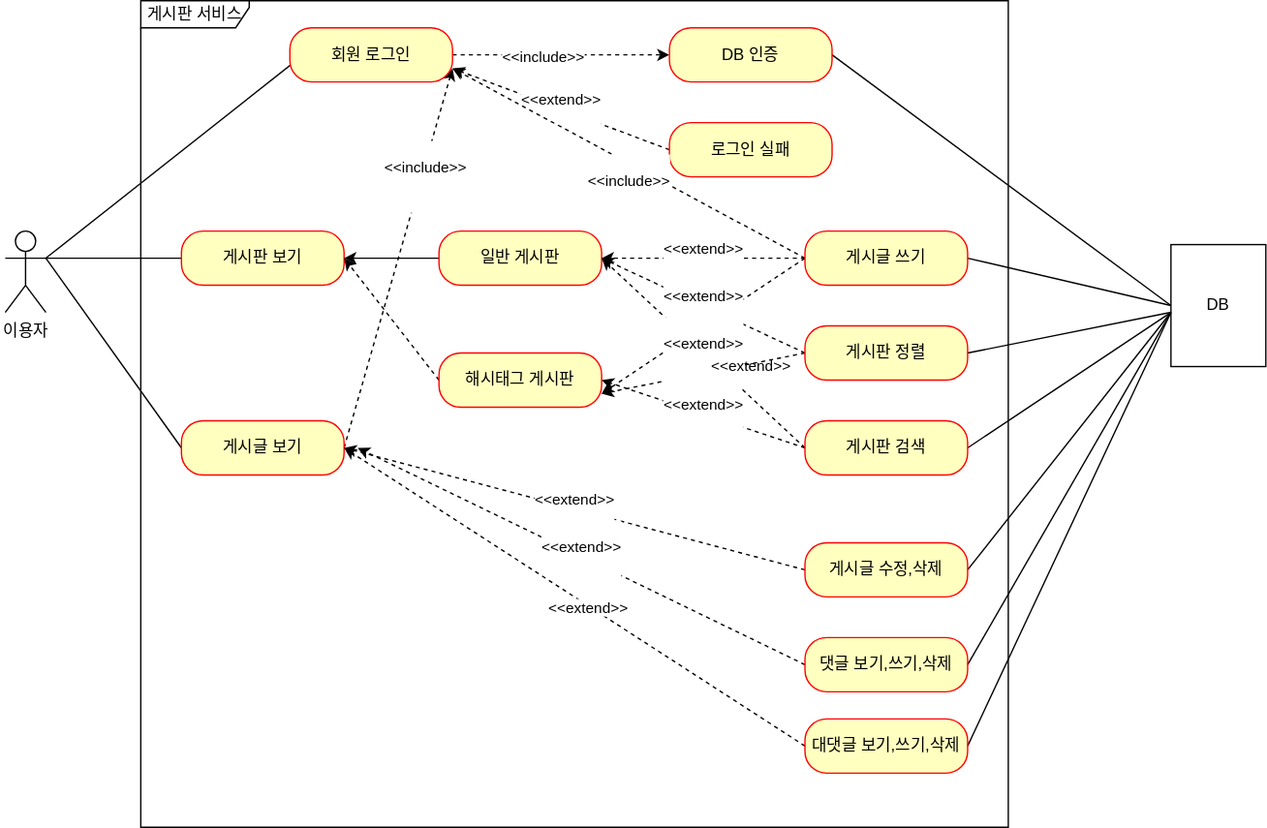
Earlier version of the draw.io export document/use-case.svg (minah9999/fastcampus-project-board). Source tidied: cells renumbered, new cells last; positions are measured from the earlier drawing's top-left corner, leaving out a move shared by most shapes.
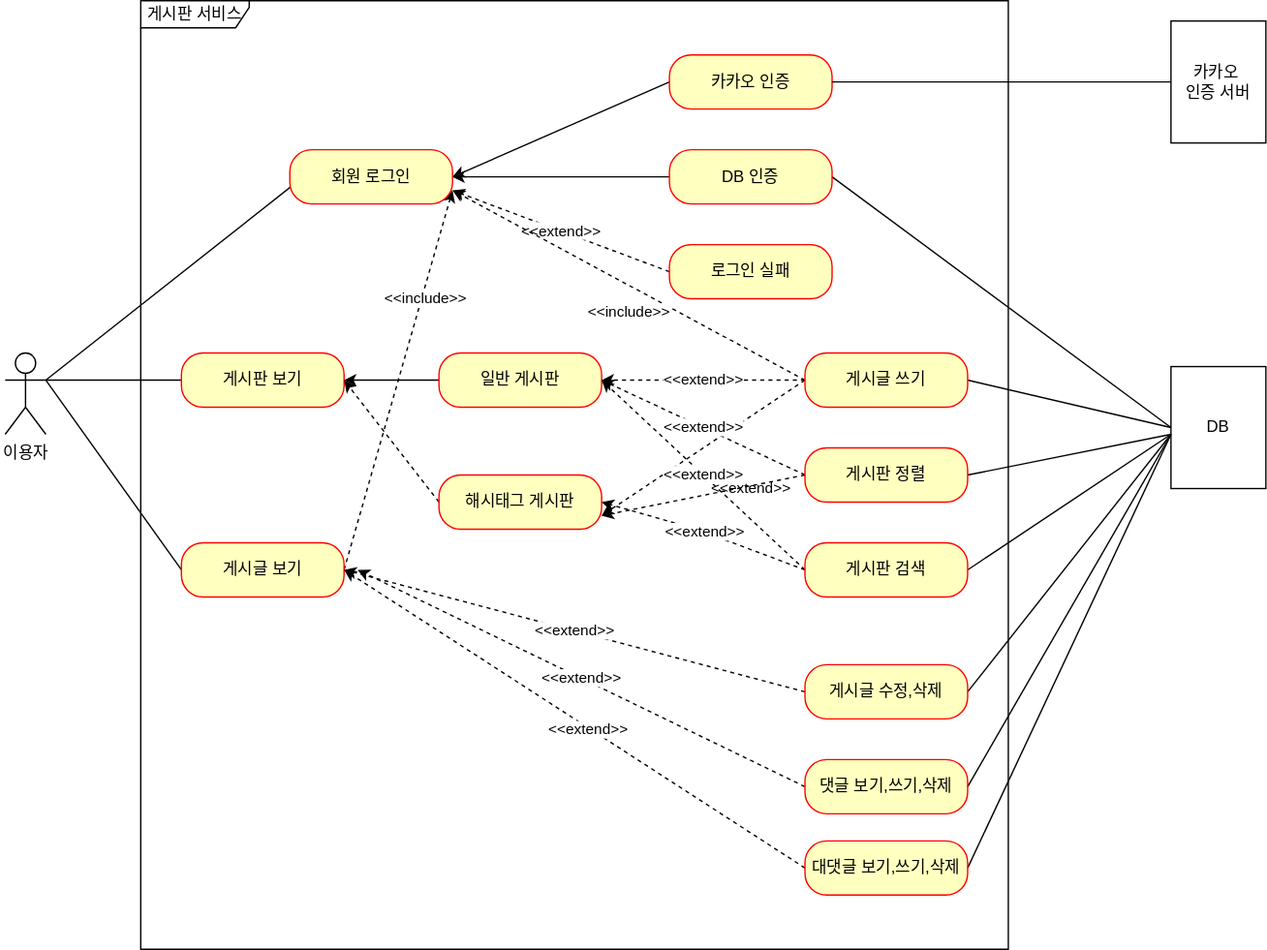
After the commit.

Commit message:
#51 - use-case.svg: 카카오 인증 유즈 케이스 추가(대댓글은 이미 표현했음)

The edit, as a diff of the source:
```diff
@@ -8,3 +8,3 @@
     <mxCell id="3" value="게시판 서비스" style="shape=umlFrame;whiteSpace=wrap;html=1;width=80;height=20;" parent="1" vertex="1">
-      <mxGeometry x="100" width="640" height="610" as="geometry" />
+      <mxGeometry x="100" y="-90" width="640" height="700" as="geometry" />
     </mxCell>
@@ -19,4 +19,4 @@
     </mxCell>
-    <mxCell id="7" value="&#10;&lt;span style=&quot;color: rgb(0, 0, 0); font-family: Helvetica; font-size: 11px; font-style: normal; font-variant-ligatures: normal; font-variant-caps: normal; font-weight: 400; letter-spacing: normal; orphans: 2; text-align: center; text-indent: 0px; text-transform: none; widows: 2; word-spacing: 0px; -webkit-text-stroke-width: 0px; background-color: rgb(255, 255, 255); text-decoration-thickness: initial; text-decoration-style: initial; text-decoration-color: initial; float: none; display: inline !important;&quot;&gt;&amp;lt;&amp;lt;include&amp;gt;&amp;gt;&lt;/span&gt;&#10;&#10;" style="edgeStyle=none;shape=connector;rounded=0;jettySize=auto;html=1;exitX=1;exitY=0.5;exitDx=0;exitDy=0;entryX=1;entryY=0.75;entryDx=0;entryDy=0;dashed=1;labelBackgroundColor=default;strokeColor=default;fontFamily=Helvetica;fontSize=11;fontColor=default;endArrow=classic;endFill=1;" parent="1" edge="1" source="8" target="13">
-      <mxGeometry x="0.43" y="-3" relative="1" as="geometry" />
+    <mxCell id="7" value="&lt;span style=&quot;color: rgb(0, 0, 0); font-family: Helvetica; font-size: 11px; font-style: normal; font-variant-ligatures: normal; font-variant-caps: normal; font-weight: 400; letter-spacing: normal; orphans: 2; text-align: center; text-indent: 0px; text-transform: none; widows: 2; word-spacing: 0px; -webkit-text-stroke-width: 0px; background-color: rgb(255, 255, 255); text-decoration-thickness: initial; text-decoration-style: initial; text-decoration-color: initial; float: none; display: inline !important;&quot;&gt;&amp;lt;&amp;lt;include&amp;gt;&amp;gt;&lt;/span&gt;" style="edgeStyle=none;shape=connector;rounded=0;jettySize=auto;html=1;exitX=1;exitY=0.5;exitDx=0;exitDy=0;entryX=1;entryY=0.75;entryDx=0;entryDy=0;dashed=1;labelBackgroundColor=default;strokeColor=default;fontFamily=Helvetica;fontSize=11;fontColor=default;endArrow=classic;endFill=1;" parent="1" edge="1" source="8" target="13">
+      <mxGeometry x="0.44" y="-3" relative="1" as="geometry" />
     </mxCell>
@@ -33,3 +33,3 @@
     </mxCell>
-    <mxCell id="11" style="edgeStyle=none;shape=connector;rounded=0;jettySize=auto;html=1;exitX=1;exitY=0.5;exitDx=0;exitDy=0;entryX=0;entryY=0.5;entryDx=0;entryDy=0;dashed=1;labelBackgroundColor=default;strokeColor=default;fontFamily=Helvetica;fontSize=11;fontColor=default;endArrow=classic;endFill=1;" parent="1" edge="1" source="13" target="19">
+    <mxCell id="11" style="edgeStyle=none;shape=connector;rounded=0;jettySize=auto;html=1;exitX=1;exitY=0.5;exitDx=0;exitDy=0;entryX=0;entryY=0.5;entryDx=0;entryDy=0;labelBackgroundColor=default;strokeColor=default;fontFamily=Helvetica;fontSize=11;fontColor=default;endArrow=none;endFill=0;startArrow=classic;startFill=1;" parent="1" edge="1" source="13" target="19">
       <mxGeometry relative="1" as="geometry">
@@ -40,5 +40,2 @@
     </mxCell>
-    <mxCell id="12" value="&amp;lt;&amp;lt;include&amp;gt;&amp;gt;" style="edgeLabel;html=1;align=center;verticalAlign=middle;fontSize=11;fontFamily=Helvetica;fontColor=default;" parent="11" vertex="1">
-      <mxGeometry x="-0.17" y="-1" relative="1" as="geometry" />
-    </mxCell>
     <mxCell id="13" value="회원 로그인" style="rounded=1;whiteSpace=wrap;html=1;arcSize=40;fontColor=#000000;fillColor=#ffffc0;strokeColor=#ff0000;" parent="1" vertex="1">
@@ -64,3 +61,3 @@
     </mxCell>
-    <mxCell id="20" value="&#10;&lt;span style=&quot;color: rgb(0, 0, 0); font-family: Helvetica; font-size: 11px; font-style: normal; font-variant-ligatures: normal; font-variant-caps: normal; font-weight: 400; letter-spacing: normal; orphans: 2; text-align: center; text-indent: 0px; text-transform: none; widows: 2; word-spacing: 0px; -webkit-text-stroke-width: 0px; background-color: rgb(255, 255, 255); text-decoration-thickness: initial; text-decoration-style: initial; text-decoration-color: initial; float: none; display: inline !important;&quot;&gt;&amp;lt;&amp;lt;extend&amp;gt;&amp;gt;&lt;/span&gt;&#10;&#10;" style="edgeStyle=none;shape=connector;rounded=0;jettySize=auto;html=1;exitX=0;exitY=0.5;exitDx=0;exitDy=0;entryX=1;entryY=0.75;entryDx=0;entryDy=0;dashed=1;labelBackgroundColor=default;strokeColor=default;fontFamily=Helvetica;fontSize=11;fontColor=default;endArrow=classic;endFill=1;" parent="1" edge="1" source="21" target="13">
+    <mxCell id="20" value="&lt;span style=&quot;color: rgb(0, 0, 0); font-family: Helvetica; font-size: 11px; font-style: normal; font-variant-ligatures: normal; font-variant-caps: normal; font-weight: 400; letter-spacing: normal; orphans: 2; text-align: center; text-indent: 0px; text-transform: none; widows: 2; word-spacing: 0px; -webkit-text-stroke-width: 0px; background-color: rgb(255, 255, 255); text-decoration-thickness: initial; text-decoration-style: initial; text-decoration-color: initial; float: none; display: inline !important;&quot;&gt;&amp;lt;&amp;lt;extend&amp;gt;&amp;gt;&lt;/span&gt;" style="edgeStyle=none;shape=connector;rounded=0;jettySize=auto;html=1;exitX=0;exitY=0.5;exitDx=0;exitDy=0;entryX=1;entryY=0.75;entryDx=0;entryDy=0;dashed=1;labelBackgroundColor=default;strokeColor=default;fontFamily=Helvetica;fontSize=11;fontColor=default;endArrow=classic;endFill=1;" parent="1" edge="1" source="21" target="13">
       <mxGeometry relative="1" as="geometry" />
@@ -73,3 +70,3 @@
     </mxCell>
-    <mxCell id="23" value="&#10;&lt;span style=&quot;color: rgb(0, 0, 0); font-family: Helvetica; font-size: 11px; font-style: normal; font-variant-ligatures: normal; font-variant-caps: normal; font-weight: 400; letter-spacing: normal; orphans: 2; text-align: center; text-indent: 0px; text-transform: none; widows: 2; word-spacing: 0px; -webkit-text-stroke-width: 0px; background-color: rgb(255, 255, 255); text-decoration-thickness: initial; text-decoration-style: initial; text-decoration-color: initial; float: none; display: inline !important;&quot;&gt;&amp;lt;&amp;lt;extend&amp;gt;&amp;gt;&lt;/span&gt;&#10;&#10;" style="edgeStyle=none;shape=connector;rounded=0;jettySize=auto;html=1;exitX=0;exitY=0.5;exitDx=0;exitDy=0;entryX=1;entryY=0.5;entryDx=0;entryDy=0;dashed=1;labelBackgroundColor=default;strokeColor=default;fontFamily=Helvetica;fontSize=11;fontColor=default;endArrow=classic;endFill=1;" parent="1" edge="1" source="26" target="15">
+    <mxCell id="23" value="&lt;span style=&quot;color: rgb(0, 0, 0); font-family: Helvetica; font-size: 11px; font-style: normal; font-variant-ligatures: normal; font-variant-caps: normal; font-weight: 400; letter-spacing: normal; orphans: 2; text-align: center; text-indent: 0px; text-transform: none; widows: 2; word-spacing: 0px; -webkit-text-stroke-width: 0px; background-color: rgb(255, 255, 255); text-decoration-thickness: initial; text-decoration-style: initial; text-decoration-color: initial; float: none; display: inline !important;&quot;&gt;&amp;lt;&amp;lt;extend&amp;gt;&amp;gt;&lt;/span&gt;" style="edgeStyle=none;shape=connector;rounded=0;jettySize=auto;html=1;exitX=0;exitY=0.5;exitDx=0;exitDy=0;entryX=1;entryY=0.5;entryDx=0;entryDy=0;dashed=1;labelBackgroundColor=default;strokeColor=default;fontFamily=Helvetica;fontSize=11;fontColor=default;endArrow=classic;endFill=1;" parent="1" edge="1" source="26" target="15">
       <mxGeometry relative="1" as="geometry" />
@@ -79,3 +76,3 @@
     </mxCell>
-    <mxCell id="25" value="&#10;&lt;span style=&quot;color: rgb(0, 0, 0); font-family: Helvetica; font-size: 11px; font-style: normal; font-variant-ligatures: normal; font-variant-caps: normal; font-weight: 400; letter-spacing: normal; orphans: 2; text-align: center; text-indent: 0px; text-transform: none; widows: 2; word-spacing: 0px; -webkit-text-stroke-width: 0px; background-color: rgb(255, 255, 255); text-decoration-thickness: initial; text-decoration-style: initial; text-decoration-color: initial; float: none; display: inline !important;&quot;&gt;&amp;lt;&amp;lt;include&amp;gt;&amp;gt;&lt;/span&gt;&#10;&#10;" style="edgeStyle=none;shape=connector;rounded=0;jettySize=auto;html=1;exitX=0;exitY=0.5;exitDx=0;exitDy=0;entryX=1;entryY=0.75;entryDx=0;entryDy=0;dashed=1;labelBackgroundColor=default;strokeColor=default;fontFamily=Helvetica;fontSize=11;fontColor=default;endArrow=classic;endFill=1;" parent="1" edge="1" source="26" target="13">
+    <mxCell id="25" value="&lt;span style=&quot;color: rgb(0, 0, 0); font-family: Helvetica; font-size: 11px; font-style: normal; font-variant-ligatures: normal; font-variant-caps: normal; font-weight: 400; letter-spacing: normal; orphans: 2; text-align: center; text-indent: 0px; text-transform: none; widows: 2; word-spacing: 0px; -webkit-text-stroke-width: 0px; background-color: rgb(255, 255, 255); text-decoration-thickness: initial; text-decoration-style: initial; text-decoration-color: initial; float: none; display: inline !important;&quot;&gt;&amp;lt;&amp;lt;include&amp;gt;&amp;gt;&lt;/span&gt;" style="edgeStyle=none;shape=connector;rounded=0;jettySize=auto;html=1;exitX=0;exitY=0.5;exitDx=0;exitDy=0;entryX=1;entryY=0.75;entryDx=0;entryDy=0;dashed=1;labelBackgroundColor=default;strokeColor=default;fontFamily=Helvetica;fontSize=11;fontColor=default;endArrow=classic;endFill=1;" parent="1" edge="1" source="26" target="13">
       <mxGeometry x="-0.06" y="18" relative="1" as="geometry" />
@@ -90,3 +87,3 @@
     </mxCell>
-    <mxCell id="28" value="&#10;&lt;span style=&quot;color: rgb(0, 0, 0); font-family: Helvetica; font-size: 11px; font-style: normal; font-variant-ligatures: normal; font-variant-caps: normal; font-weight: 400; letter-spacing: normal; orphans: 2; text-align: center; text-indent: 0px; text-transform: none; widows: 2; word-spacing: 0px; -webkit-text-stroke-width: 0px; background-color: rgb(255, 255, 255); text-decoration-thickness: initial; text-decoration-style: initial; text-decoration-color: initial; float: none; display: inline !important;&quot;&gt;&amp;lt;&amp;lt;extend&amp;gt;&amp;gt;&lt;/span&gt;&#10;&#10;" style="edgeStyle=none;shape=connector;rounded=0;jettySize=auto;html=1;exitX=0;exitY=0.5;exitDx=0;exitDy=0;entryX=1;entryY=0.5;entryDx=0;entryDy=0;dashed=1;labelBackgroundColor=default;strokeColor=default;fontFamily=Helvetica;fontSize=11;fontColor=default;endArrow=classic;endFill=1;" parent="1" edge="1" source="30" target="15">
+    <mxCell id="28" value="&lt;span style=&quot;color: rgb(0, 0, 0); font-family: Helvetica; font-size: 11px; font-style: normal; font-variant-ligatures: normal; font-variant-caps: normal; font-weight: 400; letter-spacing: normal; orphans: 2; text-align: center; text-indent: 0px; text-transform: none; widows: 2; word-spacing: 0px; -webkit-text-stroke-width: 0px; background-color: rgb(255, 255, 255); text-decoration-thickness: initial; text-decoration-style: initial; text-decoration-color: initial; float: none; display: inline !important;&quot;&gt;&amp;lt;&amp;lt;extend&amp;gt;&amp;gt;&lt;/span&gt;" style="edgeStyle=none;shape=connector;rounded=0;jettySize=auto;html=1;exitX=0;exitY=0.5;exitDx=0;exitDy=0;entryX=1;entryY=0.5;entryDx=0;entryDy=0;dashed=1;labelBackgroundColor=default;strokeColor=default;fontFamily=Helvetica;fontSize=11;fontColor=default;endArrow=classic;endFill=1;" parent="1" edge="1" source="30" target="15">
       <mxGeometry relative="1" as="geometry" />
@@ -104,6 +101,10 @@
     </mxCell>
-    <mxCell id="32" value="&#10;&lt;span style=&quot;color: rgb(0, 0, 0); font-family: Helvetica; font-size: 11px; font-style: normal; font-variant-ligatures: normal; font-variant-caps: normal; font-weight: 400; letter-spacing: normal; orphans: 2; text-align: center; text-indent: 0px; text-transform: none; widows: 2; word-spacing: 0px; -webkit-text-stroke-width: 0px; background-color: rgb(255, 255, 255); text-decoration-thickness: initial; text-decoration-style: initial; text-decoration-color: initial; float: none; display: inline !important;&quot;&gt;&amp;lt;&amp;lt;extend&amp;gt;&amp;gt;&lt;/span&gt;&#10;&#10;" style="edgeStyle=none;shape=connector;rounded=0;jettySize=auto;html=1;exitX=0;exitY=0.5;exitDx=0;exitDy=0;entryX=1;entryY=0.5;entryDx=0;entryDy=0;dashed=1;labelBackgroundColor=default;strokeColor=default;fontFamily=Helvetica;fontSize=11;fontColor=default;endArrow=classic;endFill=1;" parent="1" edge="1" source="34" target="17">
-      <mxGeometry relative="1" as="geometry" />
+    <mxCell id="32" value="&lt;span style=&quot;color: rgb(0, 0, 0); font-family: Helvetica; font-size: 11px; font-style: normal; font-variant-ligatures: normal; font-variant-caps: normal; font-weight: 400; letter-spacing: normal; orphans: 2; text-align: center; text-indent: 0px; text-transform: none; widows: 2; word-spacing: 0px; -webkit-text-stroke-width: 0px; background-color: rgb(255, 255, 255); text-decoration-thickness: initial; text-decoration-style: initial; text-decoration-color: initial; float: none; display: inline !important;&quot;&gt;&amp;lt;&amp;lt;extend&amp;gt;&amp;gt;&lt;/span&gt;" style="edgeStyle=none;shape=connector;rounded=0;jettySize=auto;html=1;exitX=0;exitY=0.5;exitDx=0;exitDy=0;entryX=1;entryY=0.5;entryDx=0;entryDy=0;dashed=1;labelBackgroundColor=default;strokeColor=default;fontFamily=Helvetica;fontSize=11;fontColor=default;endArrow=classic;endFill=1;" parent="1" edge="1" source="34" target="17">
+      <mxGeometry relative="1" as="geometry">
+        <Array as="points">
+          <mxPoint x="510" y="300" />
+        </Array>
+      </mxGeometry>
     </mxCell>
-    <mxCell id="33" value="&#10;&lt;span style=&quot;color: rgb(0, 0, 0); font-family: Helvetica; font-size: 11px; font-style: normal; font-variant-ligatures: normal; font-variant-caps: normal; font-weight: 400; letter-spacing: normal; orphans: 2; text-align: center; text-indent: 0px; text-transform: none; widows: 2; word-spacing: 0px; -webkit-text-stroke-width: 0px; background-color: rgb(255, 255, 255); text-decoration-thickness: initial; text-decoration-style: initial; text-decoration-color: initial; float: none; display: inline !important;&quot;&gt;&amp;lt;&amp;lt;extend&amp;gt;&amp;gt;&lt;/span&gt;&#10;&#10;" style="edgeStyle=none;shape=connector;rounded=0;jettySize=auto;html=1;exitX=0;exitY=0.5;exitDx=0;exitDy=0;entryX=1;entryY=0.5;entryDx=0;entryDy=0;dashed=1;labelBackgroundColor=default;strokeColor=default;fontFamily=Helvetica;fontSize=11;fontColor=default;endArrow=classic;endFill=1;" parent="1" edge="1" source="34" target="15">
+    <mxCell id="33" value="&lt;span style=&quot;color: rgb(0, 0, 0); font-family: Helvetica; font-size: 11px; font-style: normal; font-variant-ligatures: normal; font-variant-caps: normal; font-weight: 400; letter-spacing: normal; orphans: 2; text-align: center; text-indent: 0px; text-transform: none; widows: 2; word-spacing: 0px; -webkit-text-stroke-width: 0px; background-color: rgb(255, 255, 255); text-decoration-thickness: initial; text-decoration-style: initial; text-decoration-color: initial; float: none; display: inline !important;&quot;&gt;&amp;lt;&amp;lt;extend&amp;gt;&amp;gt;&lt;/span&gt;" style="edgeStyle=none;shape=connector;rounded=0;jettySize=auto;html=1;exitX=0;exitY=0.5;exitDx=0;exitDy=0;entryX=1;entryY=0.5;entryDx=0;entryDy=0;dashed=1;labelBackgroundColor=default;strokeColor=default;fontFamily=Helvetica;fontSize=11;fontColor=default;endArrow=classic;endFill=1;" parent="1" edge="1" source="34" target="15">
       <mxGeometry relative="1" as="geometry" />
@@ -118,3 +119,3 @@
     </mxCell>
-    <mxCell id="36" value="&#10;&lt;span style=&quot;color: rgb(0, 0, 0); font-family: Helvetica; font-size: 11px; font-style: normal; font-variant-ligatures: normal; font-variant-caps: normal; font-weight: 400; letter-spacing: normal; orphans: 2; text-align: center; text-indent: 0px; text-transform: none; widows: 2; word-spacing: 0px; -webkit-text-stroke-width: 0px; background-color: rgb(255, 255, 255); text-decoration-thickness: initial; text-decoration-style: initial; text-decoration-color: initial; float: none; display: inline !important;&quot;&gt;&amp;lt;&amp;lt;extend&amp;gt;&amp;gt;&lt;/span&gt;&#10;&#10;" style="edgeStyle=none;shape=connector;rounded=0;jettySize=auto;html=1;exitX=0;exitY=0.5;exitDx=0;exitDy=0;entryX=1;entryY=0.5;entryDx=0;entryDy=0;labelBackgroundColor=default;strokeColor=default;fontFamily=Helvetica;fontSize=11;fontColor=default;endArrow=classic;endFill=1;dashed=1;" parent="1" edge="1" source="37" target="8">
+    <mxCell id="36" value="&lt;span style=&quot;color: rgb(0, 0, 0); font-family: Helvetica; font-size: 11px; font-style: normal; font-variant-ligatures: normal; font-variant-caps: normal; font-weight: 400; letter-spacing: normal; orphans: 2; text-align: center; text-indent: 0px; text-transform: none; widows: 2; word-spacing: 0px; -webkit-text-stroke-width: 0px; background-color: rgb(255, 255, 255); text-decoration-thickness: initial; text-decoration-style: initial; text-decoration-color: initial; float: none; display: inline !important;&quot;&gt;&amp;lt;&amp;lt;extend&amp;gt;&amp;gt;&lt;/span&gt;" style="edgeStyle=none;shape=connector;rounded=0;jettySize=auto;html=1;exitX=0;exitY=0.5;exitDx=0;exitDy=0;entryX=1;entryY=0.5;entryDx=0;entryDy=0;labelBackgroundColor=default;strokeColor=default;fontFamily=Helvetica;fontSize=11;fontColor=default;endArrow=classic;endFill=1;dashed=1;" parent="1" edge="1" source="37" target="8">
       <mxGeometry relative="1" as="geometry" />
@@ -129,3 +130,3 @@
     </mxCell>
-    <mxCell id="39" value="&#10;&lt;span style=&quot;color: rgb(0, 0, 0); font-family: Helvetica; font-size: 11px; font-style: normal; font-variant-ligatures: normal; font-variant-caps: normal; font-weight: 400; letter-spacing: normal; orphans: 2; text-align: center; text-indent: 0px; text-transform: none; widows: 2; word-spacing: 0px; -webkit-text-stroke-width: 0px; background-color: rgb(255, 255, 255); text-decoration-thickness: initial; text-decoration-style: initial; text-decoration-color: initial; float: none; display: inline !important;&quot;&gt;&amp;lt;&amp;lt;extend&amp;gt;&amp;gt;&lt;/span&gt;&#10;&#10;" style="edgeStyle=none;shape=connector;rounded=0;jettySize=auto;html=1;exitX=0;exitY=0.5;exitDx=0;exitDy=0;dashed=1;labelBackgroundColor=default;strokeColor=default;fontFamily=Helvetica;fontSize=11;fontColor=default;endArrow=classic;endFill=1;" parent="1" edge="1" source="40">
+    <mxCell id="39" value="&lt;span style=&quot;color: rgb(0, 0, 0); font-family: Helvetica; font-size: 11px; font-style: normal; font-variant-ligatures: normal; font-variant-caps: normal; font-weight: 400; letter-spacing: normal; orphans: 2; text-align: center; text-indent: 0px; text-transform: none; widows: 2; word-spacing: 0px; -webkit-text-stroke-width: 0px; background-color: rgb(255, 255, 255); text-decoration-thickness: initial; text-decoration-style: initial; text-decoration-color: initial; float: none; display: inline !important;&quot;&gt;&amp;lt;&amp;lt;extend&amp;gt;&amp;gt;&lt;/span&gt;" style="edgeStyle=none;shape=connector;rounded=0;jettySize=auto;html=1;exitX=0;exitY=0.5;exitDx=0;exitDy=0;dashed=1;labelBackgroundColor=default;strokeColor=default;fontFamily=Helvetica;fontSize=11;fontColor=default;endArrow=classic;endFill=1;" parent="1" edge="1" source="40">
       <mxGeometry relative="1" as="geometry">
@@ -156,2 +157,14 @@
     </mxCell>
+    <mxCell id="46" style="rounded=0;jettySize=auto;html=1;exitX=0;exitY=0.5;exitDx=0;exitDy=0;entryX=1;entryY=0.5;entryDx=0;entryDy=0;endArrow=classic;endFill=1;startArrow=none;startFill=0;" parent="1" edge="1" source="47" target="13">
+      <mxGeometry relative="1" as="geometry" />
+    </mxCell>
+    <mxCell id="47" value="카카오 인증" style="rounded=1;whiteSpace=wrap;html=1;arcSize=40;fontColor=#000000;fillColor=#ffffc0;strokeColor=#ff0000;" parent="1" vertex="1">
+      <mxGeometry x="490" y="-50" width="120" height="40" as="geometry" />
+    </mxCell>
+    <mxCell id="48" style="rounded=0;jettySize=auto;html=1;exitX=0;exitY=0.5;exitDx=0;exitDy=0;endArrow=none;endFill=0;" parent="1" edge="1" source="49" target="47">
+      <mxGeometry relative="1" as="geometry" />
+    </mxCell>
+    <mxCell id="49" value="카카오&amp;nbsp;&lt;br&gt;인증 서버" style="html=1;whiteSpace=wrap;" parent="1" vertex="1">
+      <mxGeometry x="860" y="-75" width="70" height="90" as="geometry" />
+    </mxCell>
   </root>
```
